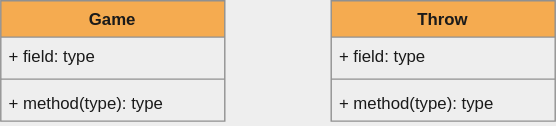
stefreschke/hwr-oop-project-template keeps this draw.io diagram as main.svg. Above is the earlier version. Source tidied: cells renumbered, new cells last; positions are measured from the earlier drawing's top-left corner, leaving out a move shared by most shapes. Source of this version:
```xml
<mxGraphModel background="#EEEEEE">
  <root>
    <mxCell id="0" />
    <mxCell id="1" parent="0" />
    <mxCell id="2" value="Throw" style="swimlane;fontStyle=1;align=center;verticalAlign=top;horizontal=1;startSize=26;fillColor=#F5AB50;strokeColor=#909090;fontColor=#1A1A1A;" parent="1" vertex="1">
      <mxGeometry x="236" width="160" height="86" as="geometry" />
    </mxCell>
    <mxCell id="3" value="+ field: type" style="text;strokeColor=none;fillColor=none;align=left;verticalAlign=top;spacingLeft=4;spacingRight=4;overflow=hidden;fontColor=#1A1A1A;" parent="2" vertex="1">
      <mxGeometry y="26" width="160" height="26" as="geometry" />
    </mxCell>
    <mxCell id="4" style="line;strokeWidth=1;fillColor=none;align=left;verticalAlign=middle;spacingTop=-1;spacingLeft=3;spacingRight=3;labelPosition=right;labelBackgroundColor=#EEEEEE;strokeColor=#909090;fontColor=#1A1A1A;" parent="2" vertex="1">
      <mxGeometry y="52" width="160" height="8" as="geometry" />
    </mxCell>
    <mxCell id="5" value="+ method(type): type" style="text;strokeColor=none;fillColor=none;align=left;verticalAlign=top;spacingLeft=4;spacingRight=4;overflow=hidden;fontColor=#1A1A1A;" parent="2" vertex="1">
      <mxGeometry y="60" width="160" height="26" as="geometry" />
    </mxCell>
    <mxCell id="6" value="Game" style="swimlane;fontStyle=1;align=center;verticalAlign=top;horizontal=1;startSize=26;fillColor=#F5AB50;strokeColor=#909090;fontColor=#1A1A1A;" parent="1" vertex="1">
      <mxGeometry width="160" height="86" as="geometry" />
    </mxCell>
    <mxCell id="7" value="+ field: type" style="text;strokeColor=none;fillColor=none;align=left;verticalAlign=top;spacingLeft=4;spacingRight=4;overflow=hidden;fontColor=#1A1A1A;" parent="6" vertex="1">
      <mxGeometry y="26" width="160" height="26" as="geometry" />
    </mxCell>
    <mxCell id="8" style="line;strokeWidth=1;fillColor=none;align=left;verticalAlign=middle;spacingTop=-1;spacingLeft=3;spacingRight=3;labelPosition=right;labelBackgroundColor=#EEEEEE;strokeColor=#909090;fontColor=#1A1A1A;" parent="6" vertex="1">
      <mxGeometry y="52" width="160" height="8" as="geometry" />
    </mxCell>
    <mxCell id="9" value="+ method(type): type" style="text;strokeColor=none;fillColor=none;align=left;verticalAlign=top;spacingLeft=4;spacingRight=4;overflow=hidden;fontColor=#1A1A1A;" parent="6" vertex="1">
      <mxGeometry y="60" width="160" height="26" as="geometry" />
    </mxCell>
  </root>
</mxGraphModel>
```
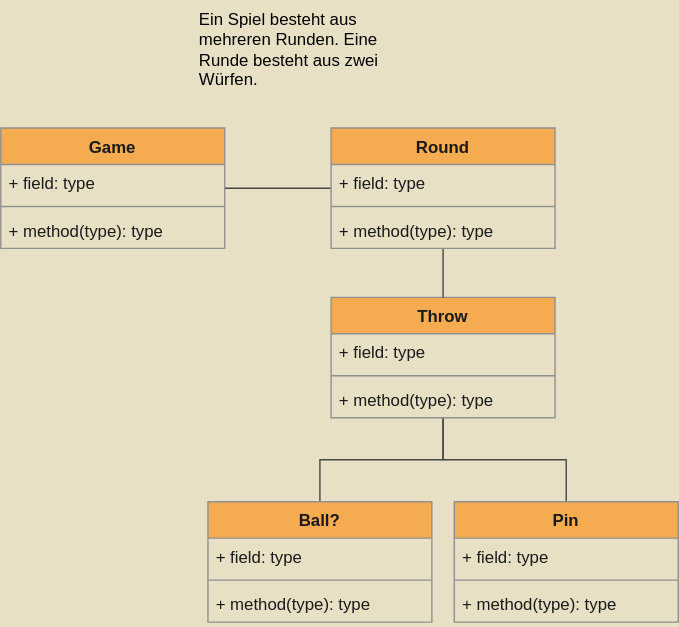
The same diagram one commit later.

Commit message:
Edited class diagram

Change to the diagram source:
```diff
@@ -1,9 +1,15 @@
-<mxGraphModel background="#EEEEEE">
+<mxGraphModel background="#E8E0C5">
   <root>
     <mxCell id="0" />
     <mxCell id="1" parent="0" />
+    <mxCell id="10" style="edgeStyle=orthogonalEdgeStyle;rounded=0;jettySize=auto;html=1;endArrow=none;endFill=0;startSize=12;endSize=12;strokeColor=#474747;" parent="1" edge="1" source="2" target="13">
+      <mxGeometry relative="1" as="geometry" />
+    </mxCell>
+    <mxCell id="11" style="edgeStyle=orthogonalEdgeStyle;rounded=0;jettySize=auto;html=1;endArrow=none;endFill=0;startSize=12;endSize=12;strokeColor=#474747;" parent="1" edge="1" source="2" target="17">
+      <mxGeometry relative="1" as="geometry" />
+    </mxCell>
     <mxCell id="2" value="Throw" style="swimlane;fontStyle=1;align=center;verticalAlign=top;horizontal=1;startSize=26;fillColor=#F5AB50;strokeColor=#909090;fontColor=#1A1A1A;" parent="1" vertex="1">
-      <mxGeometry x="236" width="160" height="86" as="geometry" />
+      <mxGeometry x="236" y="121" width="160" height="86" as="geometry" />
     </mxCell>
     <mxCell id="3" value="+ field: type" style="text;strokeColor=none;fillColor=none;align=left;verticalAlign=top;spacingLeft=4;spacingRight=4;overflow=hidden;fontColor=#1A1A1A;" parent="2" vertex="1">
       <mxGeometry y="26" width="160" height="26" as="geometry" />
@@ -14,6 +20,9 @@
     <mxCell id="5" value="+ method(type): type" style="text;strokeColor=none;fillColor=none;align=left;verticalAlign=top;spacingLeft=4;spacingRight=4;overflow=hidden;fontColor=#1A1A1A;" parent="2" vertex="1">
       <mxGeometry y="60" width="160" height="26" as="geometry" />
     </mxCell>
+    <mxCell id="12" style="edgeStyle=orthogonalEdgeStyle;rounded=0;jettySize=auto;html=1;endArrow=none;endFill=0;startSize=12;endSize=12;strokeColor=#474747;" parent="1" edge="1" source="6" target="22">
+      <mxGeometry relative="1" as="geometry" />
+    </mxCell>
     <mxCell id="6" value="Game" style="swimlane;fontStyle=1;align=center;verticalAlign=top;horizontal=1;startSize=26;fillColor=#F5AB50;strokeColor=#909090;fontColor=#1A1A1A;" parent="1" vertex="1">
       <mxGeometry width="160" height="86" as="geometry" />
     </mxCell>
@@ -26,5 +35,47 @@
     <mxCell id="9" value="+ method(type): type" style="text;strokeColor=none;fillColor=none;align=left;verticalAlign=top;spacingLeft=4;spacingRight=4;overflow=hidden;fontColor=#1A1A1A;" parent="6" vertex="1">
       <mxGeometry y="60" width="160" height="26" as="geometry" />
     </mxCell>
+    <mxCell id="13" value="Ball?" style="swimlane;fontStyle=1;align=center;verticalAlign=top;horizontal=1;startSize=26;fillColor=#F5AB50;strokeColor=#909090;fontColor=#1A1A1A;" parent="1" vertex="1">
+      <mxGeometry x="148" y="267" width="160" height="86" as="geometry" />
+    </mxCell>
+    <mxCell id="14" value="+ field: type" style="text;strokeColor=none;fillColor=none;align=left;verticalAlign=top;spacingLeft=4;spacingRight=4;overflow=hidden;fontColor=#1A1A1A;" parent="13" vertex="1">
+      <mxGeometry y="26" width="160" height="26" as="geometry" />
+    </mxCell>
+    <mxCell id="15" style="line;strokeWidth=1;fillColor=none;align=left;verticalAlign=middle;spacingTop=-1;spacingLeft=3;spacingRight=3;labelPosition=right;labelBackgroundColor=#EEEEEE;strokeColor=#909090;fontColor=#1A1A1A;" parent="13" vertex="1">
+      <mxGeometry y="52" width="160" height="8" as="geometry" />
+    </mxCell>
+    <mxCell id="16" value="+ method(type): type" style="text;strokeColor=none;fillColor=none;align=left;verticalAlign=top;spacingLeft=4;spacingRight=4;overflow=hidden;fontColor=#1A1A1A;" parent="13" vertex="1">
+      <mxGeometry y="60" width="160" height="26" as="geometry" />
+    </mxCell>
+    <mxCell id="17" value="Pin" style="swimlane;fontStyle=1;align=center;verticalAlign=top;horizontal=1;startSize=26;fillColor=#F5AB50;strokeColor=#909090;fontColor=#1A1A1A;" parent="1" vertex="1">
+      <mxGeometry x="324" y="267" width="160" height="86" as="geometry" />
+    </mxCell>
+    <mxCell id="18" value="+ field: type" style="text;strokeColor=none;fillColor=none;align=left;verticalAlign=top;spacingLeft=4;spacingRight=4;overflow=hidden;fontColor=#1A1A1A;" parent="17" vertex="1">
+      <mxGeometry y="26" width="160" height="26" as="geometry" />
+    </mxCell>
+    <mxCell id="19" style="line;strokeWidth=1;fillColor=none;align=left;verticalAlign=middle;spacingTop=-1;spacingLeft=3;spacingRight=3;labelPosition=right;labelBackgroundColor=#EEEEEE;strokeColor=#909090;fontColor=#1A1A1A;" parent="17" vertex="1">
+      <mxGeometry y="52" width="160" height="8" as="geometry" />
+    </mxCell>
+    <mxCell id="20" value="+ method(type): type" style="text;strokeColor=none;fillColor=none;align=left;verticalAlign=top;spacingLeft=4;spacingRight=4;overflow=hidden;fontColor=#1A1A1A;" parent="17" vertex="1">
+      <mxGeometry y="60" width="160" height="26" as="geometry" />
+    </mxCell>
+    <mxCell id="21" style="edgeStyle=orthogonalEdgeStyle;rounded=0;jettySize=auto;html=1;endArrow=none;endFill=0;startSize=12;endSize=12;strokeColor=#474747;" parent="1" edge="1" source="22" target="2">
+      <mxGeometry relative="1" as="geometry" />
+    </mxCell>
+    <mxCell id="22" value="Round" style="swimlane;fontStyle=1;align=center;verticalAlign=top;horizontal=1;startSize=26;fillColor=#F5AB50;strokeColor=#909090;fontColor=#1A1A1A;" parent="1" vertex="1">
+      <mxGeometry x="236" width="160" height="86" as="geometry" />
+    </mxCell>
+    <mxCell id="23" value="+ field: type" style="text;strokeColor=none;fillColor=none;align=left;verticalAlign=top;spacingLeft=4;spacingRight=4;overflow=hidden;fontColor=#1A1A1A;" parent="22" vertex="1">
+      <mxGeometry y="26" width="160" height="26" as="geometry" />
+    </mxCell>
+    <mxCell id="24" style="line;strokeWidth=1;fillColor=none;align=left;verticalAlign=middle;spacingTop=-1;spacingLeft=3;spacingRight=3;labelPosition=right;labelBackgroundColor=#EEEEEE;strokeColor=#909090;fontColor=#1A1A1A;" parent="22" vertex="1">
+      <mxGeometry y="52" width="160" height="8" as="geometry" />
+    </mxCell>
+    <mxCell id="25" value="+ method(type): type" style="text;strokeColor=none;fillColor=none;align=left;verticalAlign=top;spacingLeft=4;spacingRight=4;overflow=hidden;fontColor=#1A1A1A;" parent="22" vertex="1">
+      <mxGeometry y="60" width="160" height="26" as="geometry" />
+    </mxCell>
+    <mxCell id="26" value="&lt;font color=&quot;#000000&quot;&gt;Ein Spiel besteht aus mehreren Runden. Eine Runde besteht aus zwei Würfen.&lt;/font&gt;" style="text;html=1;strokeColor=none;fillColor=none;align=left;verticalAlign=top;whiteSpace=wrap;rounded=0;" parent="1" vertex="1">
+      <mxGeometry x="140" y="-91" width="160" height="69" as="geometry" />
+    </mxCell>
   </root>
 </mxGraphModel>
```
